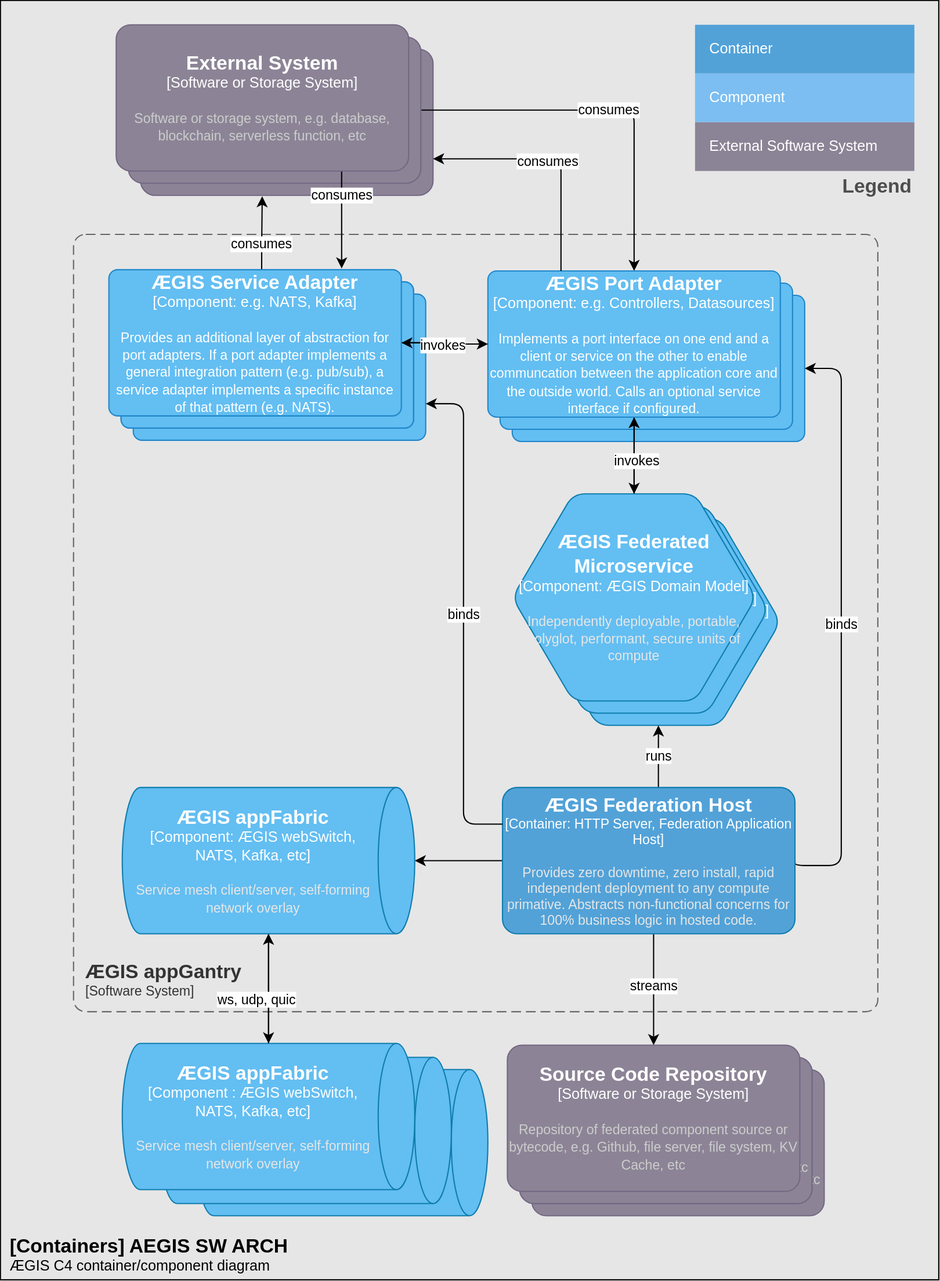
The draw.io diagram public/c4.svg in module-federation/aegis-host, before a commit. Source tidied: cells renumbered, new cells last; positions are measured from the earlier drawing's top-left corner, leaving out a move shared by most shapes.
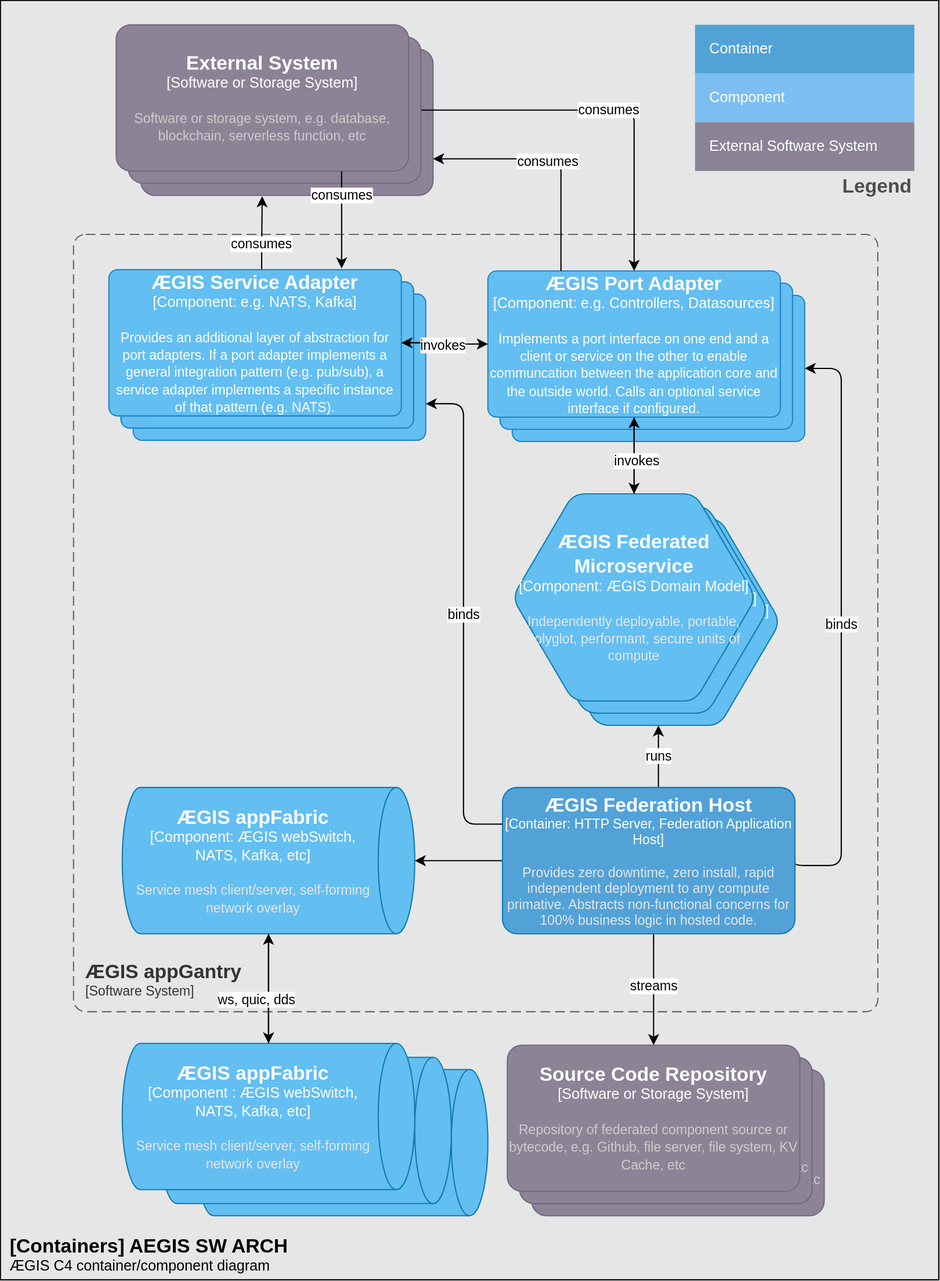
Above is the later version.

The edit, as a diff of the source:
```diff
@@ -180,7 +180,7 @@
     <mxCell id="39" value="consumes" style="edgeLabel;html=1;align=center;verticalAlign=middle;" parent="38" vertex="1">
       <mxGeometry x="0.05" y="1" relative="1" as="geometry" />
     </mxCell>
-    <mxCell id="40" value="ws, udp, quic" style="edgeStyle=orthogonalEdgeStyle;html=1;" parent="1" edge="1" source="41" target="7">
+    <mxCell id="40" value="ws, quic, dds" style="edgeStyle=orthogonalEdgeStyle;html=1;" parent="1" edge="1" source="41" target="7">
       <mxGeometry x="0.2" y="-10" relative="1" as="geometry" />
     </mxCell>
     <object id="41" label="&lt;font style=&quot;font-size: 16px&quot;&gt;&lt;b&gt;%c4Type%&lt;/font&gt;&lt;div&gt;[%c4Container%:&amp;nbsp;%c4Technology%]&lt;/div&gt;&lt;br&gt;&lt;div&gt;&lt;font style=&quot;font-size: 11px&quot;&gt;&lt;font color=&quot;#E6E6E6&quot;&gt;%c4Description%&lt;/font&gt;&lt;/div&gt;" c4Container="Component" c4Description="Service mesh client/server, self-forming network overlay" c4Technology="ÆGIS webSwitch, NATS, Kafka, etc" c4Type="ÆGIS appFabric" placeholders="1">
```
